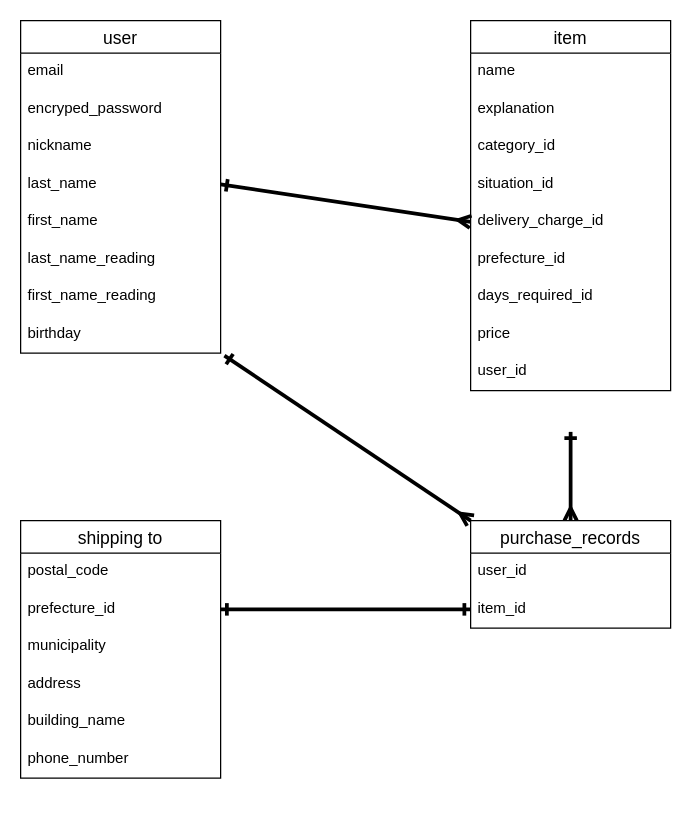
Before: ER.dio in toip11/furima-38137, a draw.io diagram. Source tidied: cells renumbered, new cells numbered last; positions are measured from the earlier drawing's top-left corner, leaving out a move shared by most shapes. Both pictures are drawn from the tidied source at 125%, with x=0, y=0 at pixel (20, 20).
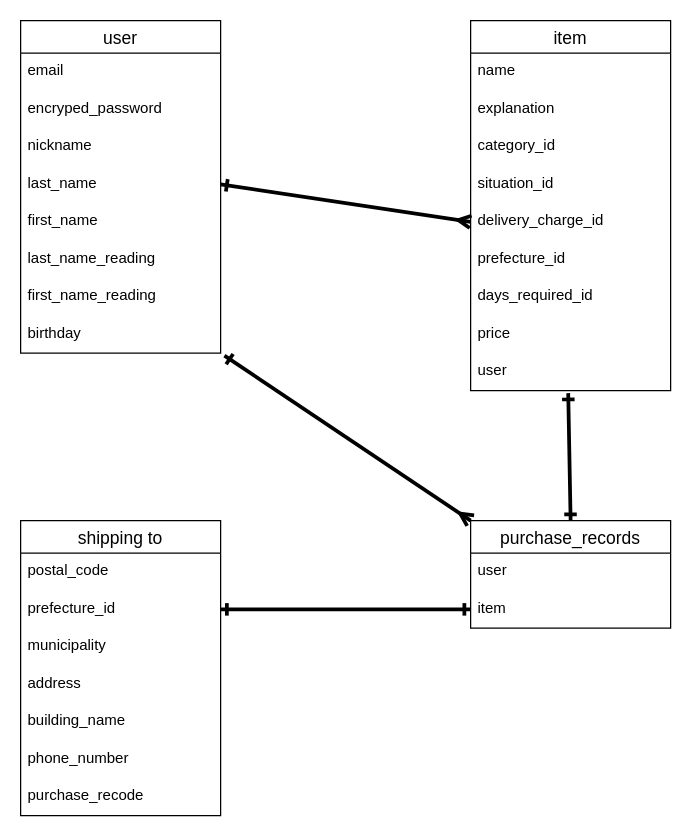
The same page after the edit.

Commit message (it also covers changes not shown here):
データベース設計(修正４)

Unchanged cells that the change refers to:
```xml
<mxCell id="11" value="item" style="swimlane;fontStyle=0;horizontal=1;startSize=26;align=center;fontSize=14;" parent="1" vertex="1">
  <mxGeometry x="360" width="160" height="296" as="geometry" />
</mxCell>
<mxCell id="30" value="purchase_records" style="swimlane;fontStyle=0;horizontal=1;startSize=26;align=center;fontSize=14;" parent="1" vertex="1">
  <mxGeometry x="360" y="400" width="160" height="86" as="geometry" />
</mxCell>
```

What changed in the source:
```diff
@@
-    <mxCell id="20" value="user_id" style="text;strokeColor=none;fillColor=none;spacingLeft=4;spacingRight=4;overflow=hidden;points=[[0,0.5],[1,0.5]];portConstraint=eastwest;fontSize=12;" parent="11" vertex="1">
+    <mxCell id="20" value="user" style="text;strokeColor=none;fillColor=none;spacingLeft=4;spacingRight=4;overflow=hidden;points=[[0,0.5],[1,0.5]];portConstraint=eastwest;fontSize=12;" parent="11" vertex="1">
       <mxGeometry y="266" width="160" height="30" as="geometry" />
     </mxCell>
     <mxCell id="21" value="shipping to" style="swimlane;fontStyle=0;horizontal=1;startSize=26;align=center;fontSize=14;" parent="1" vertex="1">
-      <mxGeometry y="400" width="160" height="206" as="geometry" />
+      <mxGeometry y="400" width="160" height="236" as="geometry" />
     </mxCell>
@@
+    <mxCell id="35" value="purchase_recode" style="text;strokeColor=none;fillColor=none;spacingLeft=4;spacingRight=4;overflow=hidden;fontSize=12;" parent="21" vertex="1">
+      <mxGeometry y="206" width="160" height="30" as="geometry" />
+    </mxCell>
-    <mxCell id="28" style="edgeStyle=none;jumpSize=6;html=1;exitX=0.5;exitY=0;exitDx=0;exitDy=0;entryX=0.5;entryY=1.1;entryDx=0;entryDy=0;entryPerimeter=0;startArrow=ERmany;startFill=0;endArrow=ERone;endFill=0;sourcePerimeterSpacing=0;targetPerimeterSpacing=0;strokeWidth=3;" parent="1" edge="1" source="30">
-      <mxGeometry relative="1" as="geometry">
-        <mxPoint x="440" y="329" as="targetPoint" />
-      </mxGeometry>
+    <mxCell id="28" style="edgeStyle=none;jumpSize=6;html=1;exitX=0.5;exitY=0;exitDx=0;exitDy=0;entryX=0.488;entryY=1.067;entryDx=0;entryDy=0;entryPerimeter=0;startArrow=ERone;startFill=0;endArrow=ERone;endFill=0;sourcePerimeterSpacing=0;targetPerimeterSpacing=0;strokeWidth=3;" parent="1" edge="1" source="30" target="20">
+      <mxGeometry relative="1" as="geometry" />
     </mxCell>
@@
-    <mxCell id="31" value="user_id" style="text;strokeColor=none;fillColor=none;spacingLeft=4;spacingRight=4;overflow=hidden;fontSize=12;" parent="30" vertex="1">
+    <mxCell id="31" value="user" style="text;strokeColor=none;fillColor=none;spacingLeft=4;spacingRight=4;overflow=hidden;fontSize=12;" parent="30" vertex="1">
       <mxGeometry y="26" width="160" height="30" as="geometry" />
     </mxCell>
-    <mxCell id="32" value="item_id" style="text;strokeColor=none;fillColor=none;spacingLeft=4;spacingRight=4;overflow=hidden;points=[[0,0.5],[1,0.5]];portConstraint=eastwest;fontSize=12;" parent="30" vertex="1">
+    <mxCell id="32" value="item" style="text;strokeColor=none;fillColor=none;spacingLeft=4;spacingRight=4;overflow=hidden;points=[[0,0.5],[1,0.5]];portConstraint=eastwest;fontSize=12;" parent="30" vertex="1">
       <mxGeometry y="56" width="160" height="30" as="geometry" />
     </mxCell>
```
